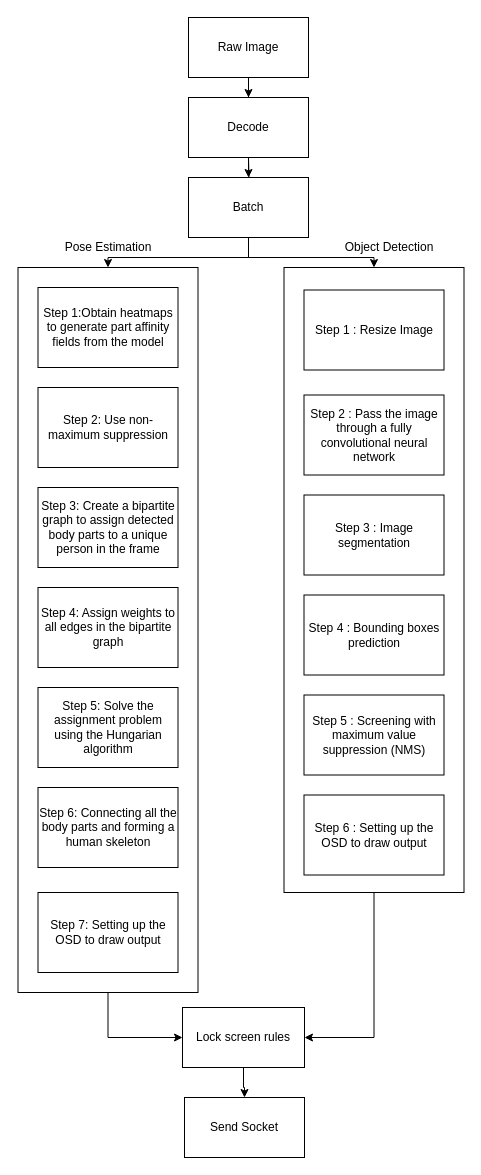
Earlier version of the draw.io diagram page "ENG" (1 of 2) of diagram/Pose Estimation and Object Detection With DeepStream.drawio (c7934597/Anti-Candid). Source tidied: cells renumbered, new cells numbered last; positions are measured from the earlier drawing's top-left corner, leaving out a move shared by most shapes. Both pictures are drawn from the tidied source at 100%, with x=0, y=0 at pixel (18, 17).
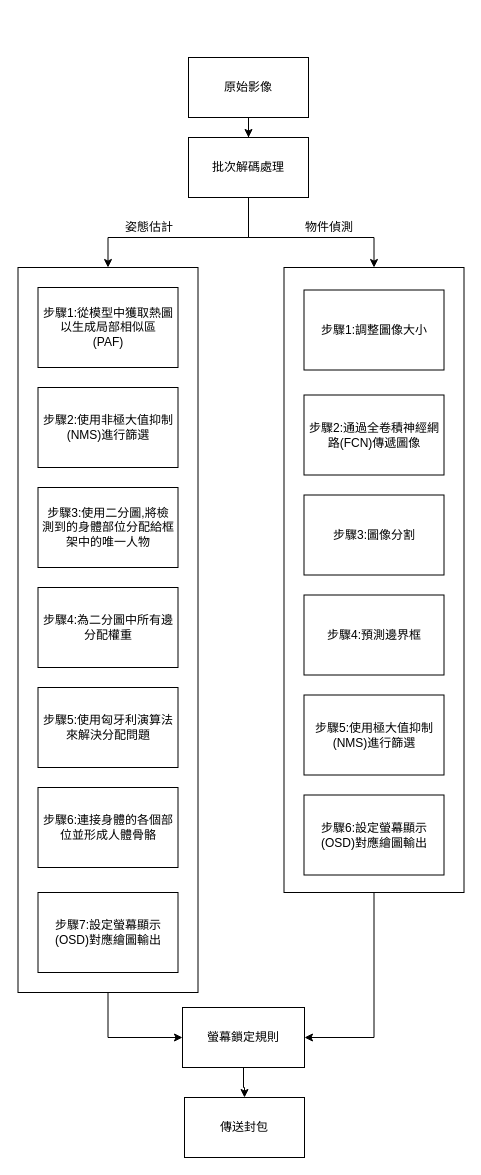
The same diagram, later.

Unchanged cells that the change refers to:
```xml
<mxCell id="2" style="rounded=0;whiteSpace=wrap;html=1;" parent="1" vertex="1">
  <mxGeometry x="-0.5" y="250" width="180" height="725" as="geometry" />
</mxCell>
<mxCell id="24" style="rounded=0;whiteSpace=wrap;html=1;" parent="1" vertex="1">
  <mxGeometry x="265.5" y="250" width="180" height="625" as="geometry" />
</mxCell>
```

Change to the diagram source:
```diff
@@
-    <mxCell id="4" style="edgeStyle=orthogonalEdgeStyle;rounded=0;jettySize=auto;html=1;" parent="1" edge="1" source="5" target="9">
-      <mxGeometry relative="1" as="geometry" />
-    </mxCell>
-    <mxCell id="5" value="Raw Image" style="rounded=0;whiteSpace=wrap;html=1;" parent="1" vertex="1">
-      <mxGeometry x="170" width="120" height="60" as="geometry" />
+    <mxCell id="5" value="原始影像" style="rounded=0;whiteSpace=wrap;html=1;" parent="1" vertex="1">
+      <mxGeometry x="170" y="40" width="120" height="60" as="geometry" />
     </mxCell>
-    <mxCell id="6" style="edgeStyle=orthogonalEdgeStyle;rounded=0;jettySize=auto;html=1;" parent="1" edge="1" target="9">
-      <mxGeometry relative="1" as="geometry">
-        <mxPoint x="230" y="140" as="sourcePoint" />
-      </mxGeometry>
-    </mxCell>
-    <mxCell id="7" value="Decode" style="rounded=0;whiteSpace=wrap;html=1;" parent="1" vertex="1">
-      <mxGeometry x="170" y="80" width="120" height="60" as="geometry" />
+    <mxCell id="7" value="批次解碼處理" style="rounded=0;whiteSpace=wrap;html=1;" parent="1" vertex="1">
+      <mxGeometry x="170" y="120" width="120" height="60" as="geometry" />
     </mxCell>
-    <mxCell id="8" style="edgeStyle=orthogonalEdgeStyle;rounded=0;jettySize=auto;html=1;entryX=0.5;entryY=0;entryDx=0;entryDy=0;" parent="1" edge="1" source="9" target="2">
+    <mxCell id="8" style="edgeStyle=orthogonalEdgeStyle;rounded=0;jettySize=auto;html=1;entryX=0.5;entryY=0;entryDx=0;entryDy=0;exitX=0.5;exitY=1;exitDx=0;exitDy=0;" parent="1" edge="1" source="7" target="2">
       <mxGeometry relative="1" as="geometry">
         <Array as="points">
-          <mxPoint x="230" y="240" />
-          <mxPoint x="90" y="240" />
+          <mxPoint x="230" y="220" />
+          <mxPoint x="90" y="220" />
         </Array>
       </mxGeometry>
     </mxCell>
-    <mxCell id="9" value="Batch" style="rounded=0;whiteSpace=wrap;html=1;" parent="1" vertex="1">
-      <mxGeometry x="170" y="160" width="120" height="60" as="geometry" />
-    </mxCell>
@@
-    <mxCell id="11" value="Lock screen rules" style="rounded=0;whiteSpace=wrap;html=1;" parent="1" vertex="1">
+    <mxCell id="11" value="螢幕鎖定規則" style="rounded=0;whiteSpace=wrap;html=1;" parent="1" vertex="1">
       <mxGeometry x="164" y="990" width="122" height="60" as="geometry" />
     </mxCell>
-    <mxCell id="12" value="Step 1:Obtain heatmaps to generate part affinity fields from the model" style="rounded=0;whiteSpace=wrap;html=1;" parent="1" vertex="1">
+    <mxCell id="12" value="&lt;div&gt;步驟1:從模型中獲取熱圖&lt;/div&gt;&lt;div&gt;以生成局部相似區&lt;/div&gt;&lt;div&gt;(PAF)&lt;/div&gt;" style="rounded=0;whiteSpace=wrap;html=1;" parent="1" vertex="1">
       <mxGeometry x="19.5" y="270" width="140" height="80" as="geometry" />
     </mxCell>
-    <mxCell id="13" value="Step 2: Use non-maximum suppression" style="rounded=0;whiteSpace=wrap;html=1;" parent="1" vertex="1">
+    <mxCell id="13" value="步驟2:&lt;span&gt;使用非極大值抑制&lt;/span&gt;&lt;div&gt;(NMS)進行篩選&lt;/div&gt;" style="rounded=0;whiteSpace=wrap;html=1;" parent="1" vertex="1">
       <mxGeometry x="19.5" y="370" width="140" height="80" as="geometry" />
     </mxCell>
-    <mxCell id="14" value="Step 4: Assign weights to all edges in the bipartite graph" style="rounded=0;whiteSpace=wrap;html=1;" parent="1" vertex="1">
+    <mxCell id="14" value="&lt;div&gt;步驟4:為二分圖中所有邊&lt;/div&gt;&lt;div&gt;分配權重&lt;/div&gt;" style="rounded=0;whiteSpace=wrap;html=1;" parent="1" vertex="1">
       <mxGeometry x="19.5" y="570" width="140" height="80" as="geometry" />
     </mxCell>
-    <mxCell id="15" value="Step 3: Create a bipartite graph to assign detected body parts to a unique person in the frame" style="rounded=0;whiteSpace=wrap;html=1;" parent="1" vertex="1">
+    <mxCell id="15" value="&lt;div&gt;步驟3:使用二分圖,將檢&lt;/div&gt;&lt;div&gt;測到的身體部位分配給框&lt;/div&gt;&lt;div&gt;架中的唯一人物&lt;/div&gt;" style="rounded=0;whiteSpace=wrap;html=1;" parent="1" vertex="1">
       <mxGeometry x="19.5" y="470" width="140" height="80" as="geometry" />
     </mxCell>
-    <mxCell id="16" value="Step 5: Solve the assignment problem using the Hungarian algorithm" style="rounded=0;whiteSpace=wrap;html=1;" parent="1" vertex="1">
+    <mxCell id="16" value="&lt;div&gt;步驟5:使用匈牙利演算法&lt;/div&gt;&lt;div&gt;來解決分配問題&lt;/div&gt;" style="rounded=0;whiteSpace=wrap;html=1;" parent="1" vertex="1">
       <mxGeometry x="19.5" y="670" width="140" height="80" as="geometry" />
     </mxCell>
@@
-    <mxCell id="18" value="Step 7: Setting up the OSD to draw output" style="rounded=0;whiteSpace=wrap;html=1;" parent="1" vertex="1">
+    <mxCell id="18" value="&lt;div&gt;步驟7:設定螢幕顯示&lt;/div&gt;&lt;div&gt;(OSD)對應繪圖輸出&lt;/div&gt;" style="rounded=0;whiteSpace=wrap;html=1;" parent="1" vertex="1">
       <mxGeometry x="19.5" y="875" width="140" height="80" as="geometry" />
     </mxCell>
-    <mxCell id="19" value="Step 6: Connecting all the body parts and forming a human skeleton" style="rounded=0;whiteSpace=wrap;html=1;" parent="1" vertex="1">
+    <mxCell id="19" value="步驟6:連接身體的各個部位並形成人體骨骼" style="rounded=0;whiteSpace=wrap;html=1;" parent="1" vertex="1">
       <mxGeometry x="19.5" y="770" width="140" height="80" as="geometry" />
     </mxCell>
-    <mxCell id="20" value="Object Detection" style="text;html=1;strokeColor=none;fillColor=none;align=center;verticalAlign=middle;whiteSpace=wrap;rounded=0;" parent="1" vertex="1">
-      <mxGeometry x="315.5" y="220" width="110" height="20" as="geometry" />
+    <mxCell id="20" value="物件偵測" style="text;html=1;strokeColor=none;fillColor=none;align=center;verticalAlign=middle;whiteSpace=wrap;rounded=0;" parent="1" vertex="1">
+      <mxGeometry x="256" y="200" width="110" height="20" as="geometry" />
     </mxCell>
@@
-    <mxCell id="22" value="Pose Estimation" style="text;html=1;strokeColor=none;fillColor=none;align=center;verticalAlign=middle;whiteSpace=wrap;rounded=0;" parent="1" vertex="1">
-      <mxGeometry x="14.5" y="220" width="150" height="20" as="geometry" />
+    <mxCell id="22" value="姿態估計" style="text;html=1;strokeColor=none;fillColor=none;align=center;verticalAlign=middle;whiteSpace=wrap;rounded=0;" parent="1" vertex="1">
+      <mxGeometry x="56" y="200" width="150" height="20" as="geometry" />
     </mxCell>
@@
-    <mxCell id="25" value="Step 1 : Resize Image" style="rounded=0;whiteSpace=wrap;html=1;" parent="1" vertex="1">
+    <mxCell id="25" value="步驟1:調整圖像大小" style="rounded=0;whiteSpace=wrap;html=1;" parent="1" vertex="1">
       <mxGeometry x="285.5" y="272.5" width="140" height="80" as="geometry" />
     </mxCell>
-    <mxCell id="26" value="Step 2 : Pass the image through a fully convolutional neural network" style="rounded=0;whiteSpace=wrap;html=1;" parent="1" vertex="1">
+    <mxCell id="26" value="&lt;div&gt;步驟2:通過全卷積神經網&lt;/div&gt;&lt;div&gt;路(FCN)傳遞圖像&lt;/div&gt;" style="rounded=0;whiteSpace=wrap;html=1;" parent="1" vertex="1">
       <mxGeometry x="285.5" y="377.5" width="140" height="80" as="geometry" />
     </mxCell>
-    <mxCell id="27" value="Step 3 : Image segmentation" style="rounded=0;whiteSpace=wrap;html=1;" parent="1" vertex="1">
+    <mxCell id="27" value="步驟3:圖像分割" style="rounded=0;whiteSpace=wrap;html=1;" parent="1" vertex="1">
       <mxGeometry x="285.5" y="477.5" width="140" height="80" as="geometry" />
     </mxCell>
-    <mxCell id="28" value="Step 4 : Bounding boxes prediction" style="rounded=0;whiteSpace=wrap;html=1;" parent="1" vertex="1">
+    <mxCell id="28" value="步驟4:預測邊界框" style="rounded=0;whiteSpace=wrap;html=1;" parent="1" vertex="1">
       <mxGeometry x="285.5" y="577.5" width="140" height="80" as="geometry" />
     </mxCell>
-    <mxCell id="29" value="Step 5 : Screening with maximum value suppression (NMS)" style="rounded=0;whiteSpace=wrap;html=1;" parent="1" vertex="1">
+    <mxCell id="29" value="步驟5:&lt;span&gt;使用極大值抑制&lt;/span&gt;&lt;div&gt;(NMS)進行篩選&lt;/div&gt;" style="rounded=0;whiteSpace=wrap;html=1;" parent="1" vertex="1">
       <mxGeometry x="285.5" y="677.5" width="140" height="80" as="geometry" />
     </mxCell>
-    <mxCell id="30" value="Step 6 : Setting up the OSD to draw output" style="rounded=0;whiteSpace=wrap;html=1;" parent="1" vertex="1">
+    <mxCell id="30" value="&lt;div&gt;步驟6:設定螢幕顯示&lt;/div&gt;&lt;div&gt;(OSD)對應繪圖輸出&lt;/div&gt;" style="rounded=0;whiteSpace=wrap;html=1;" parent="1" vertex="1">
       <mxGeometry x="285.5" y="777.5" width="140" height="80" as="geometry" />
     </mxCell>
-    <mxCell id="31" style="edgeStyle=orthogonalEdgeStyle;rounded=0;jettySize=auto;html=1;entryX=0.5;entryY=0;entryDx=0;entryDy=0;exitX=0.5;exitY=1;exitDx=0;exitDy=0;" parent="1" edge="1" source="9" target="24">
+    <mxCell id="31" style="edgeStyle=orthogonalEdgeStyle;rounded=0;jettySize=auto;html=1;entryX=0.5;entryY=0;entryDx=0;entryDy=0;exitX=0.5;exitY=1;exitDx=0;exitDy=0;" parent="1" edge="1" source="7" target="24">
       <mxGeometry relative="1" as="geometry">
         <Array as="points">
-          <mxPoint x="230" y="240" />
-          <mxPoint x="356" y="240" />
+          <mxPoint x="230" y="220" />
+          <mxPoint x="356" y="220" />
         </Array>
       </mxGeometry>
     </mxCell>
-    <mxCell id="32" value="Send Socket" style="rounded=0;whiteSpace=wrap;html=1;" parent="1" vertex="1">
+    <mxCell id="32" value="傳送封包" style="rounded=0;whiteSpace=wrap;html=1;" parent="1" vertex="1">
       <mxGeometry x="166" y="1080" width="120" height="60" as="geometry" />
     </mxCell>
```
